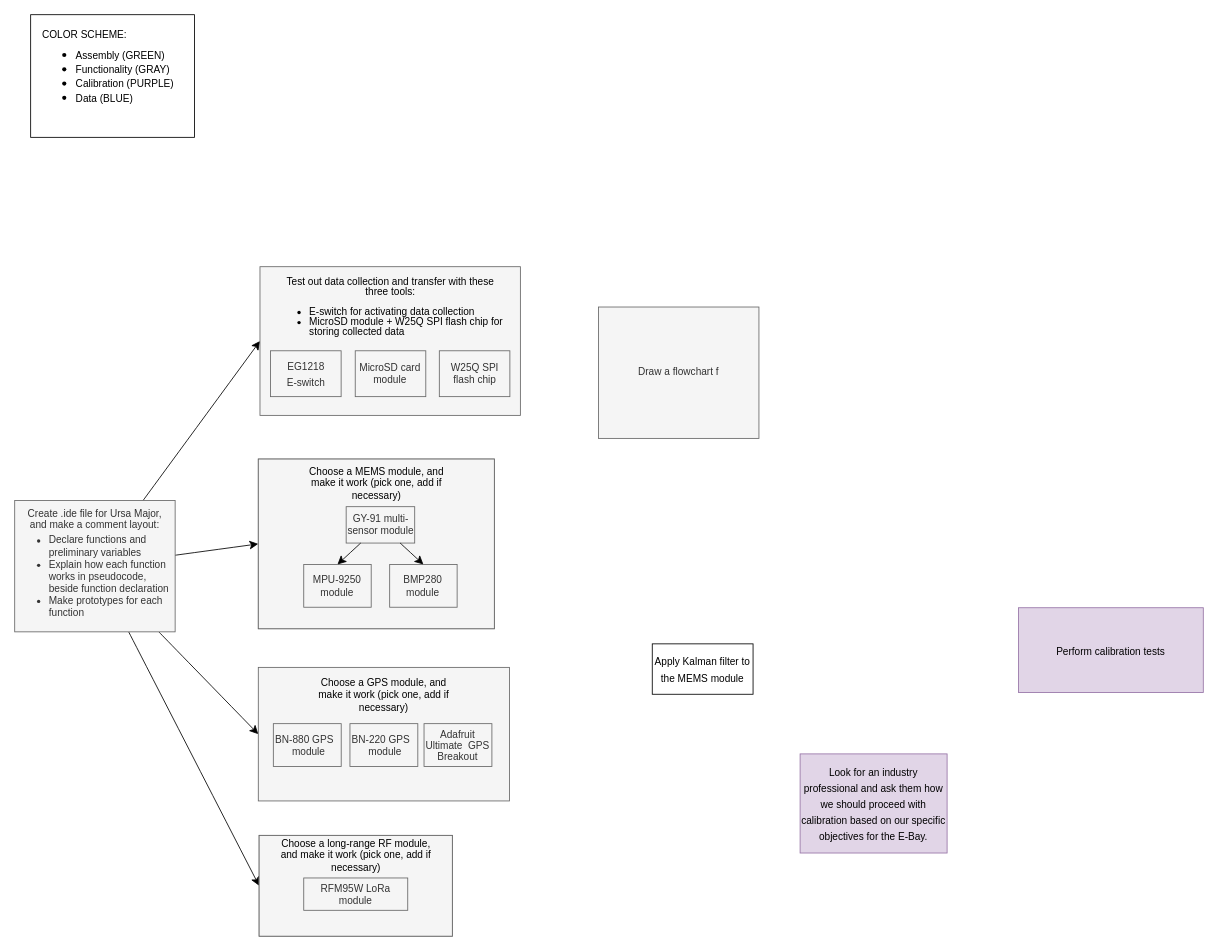
This is URSA MINOR v1 Focus Tree.drawio from CEO-of-GitHub/URSA-MINOR, a draw.io file, before an edit. Source tidied: cells renumbered, new cells numbered last; positions are measured from the earlier drawing's top-left corner, leaving out a move shared by most shapes. Both pictures are drawn from the tidied source at 84%, with x=0, y=0 at pixel (14, 14).
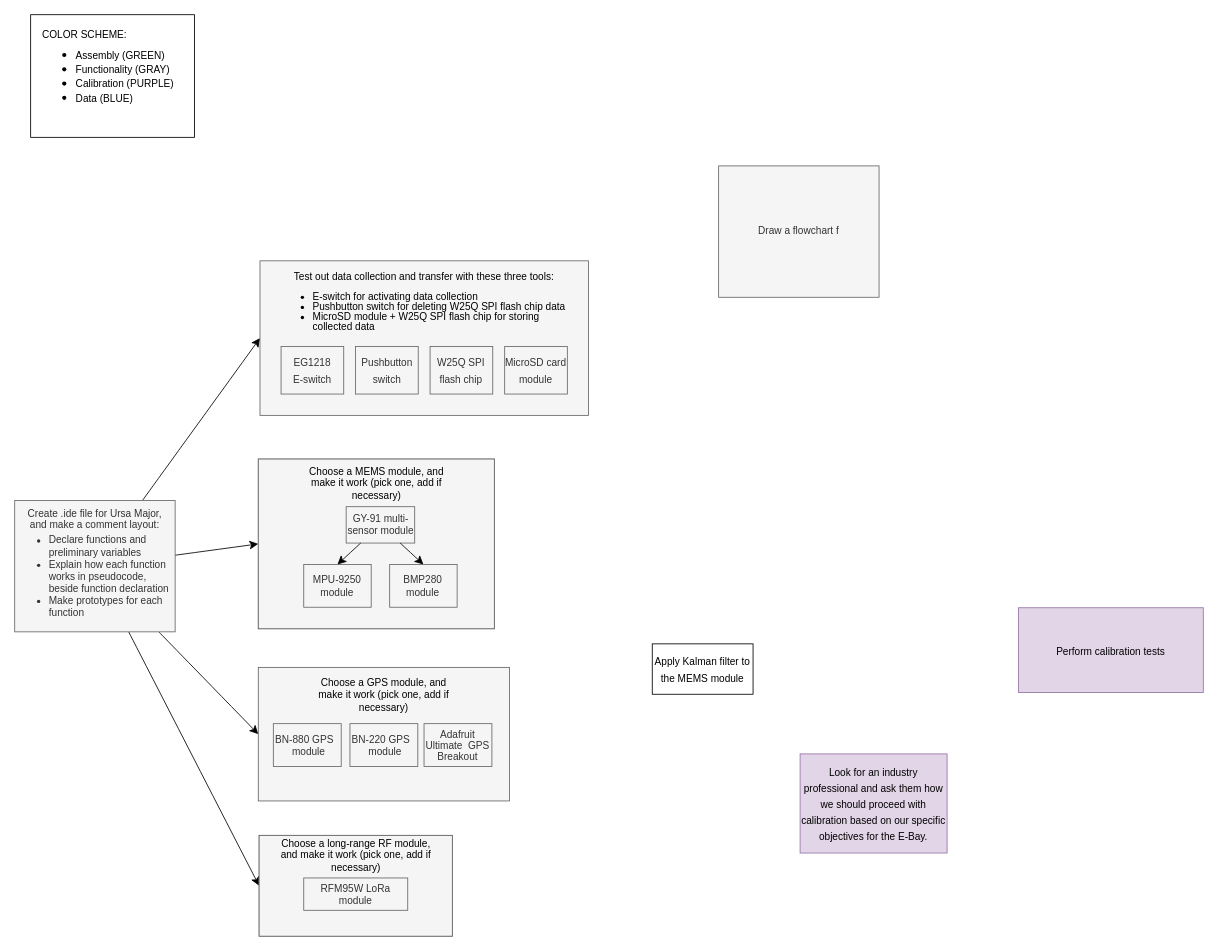
Above is the later version.

The edit, as a diff of the source:
```diff
@@
     <mxCell id="27" style="group;" parent="1" vertex="1">
-      <mxGeometry x="292" y="300" width="310" height="177" as="geometry" />
+      <mxGeometry x="292" y="293" width="391" height="184" as="geometry" />
     </mxCell>
     <mxCell id="28" style="rounded=0;whiteSpace=wrap;html=1;fontSize=16;fillColor=#f5f5f5;fontColor=#333333;strokeColor=#666666;" parent="27" vertex="1">
-      <mxGeometry width="310" height="177" as="geometry" />
+      <mxGeometry width="391" height="184" as="geometry" />
     </mxCell>
-    <mxCell id="29" value="&lt;p style=&quot;line-height: 100%;&quot;&gt;Test out data collection and transfer with these three tools:&lt;br&gt;&lt;/p&gt;&lt;div style=&quot;text-align: left; line-height: 100%;&quot;&gt;&lt;ul style=&quot;line-height: 100%;&quot;&gt;&lt;li&gt;E-switch for activating data collection&lt;/li&gt;&lt;li&gt;MicroSD module + W25Q SPI flash chip for storing collected data&lt;br&gt;&lt;/li&gt;&lt;/ul&gt;&lt;/div&gt;&lt;p&gt;&lt;/p&gt;" style="text;strokeColor=none;fillColor=none;html=1;align=center;verticalAlign=middle;whiteSpace=wrap;rounded=0;fontSize=12;" parent="27" vertex="1">
-      <mxGeometry x="17.5" y="18" width="275" height="57.8" as="geometry" />
+    <mxCell id="29" value="&lt;p style=&quot;line-height: 100%;&quot;&gt;Test out data collection and transfer with these three tools:&lt;br&gt;&lt;/p&gt;&lt;div style=&quot;text-align: left; line-height: 100%;&quot;&gt;&lt;ul style=&quot;line-height: 100%;&quot;&gt;&lt;li&gt;E-switch for activating data collection&lt;/li&gt;&lt;li&gt;Pushbutton switch for deleting W25Q SPI flash chip data&lt;/li&gt;&lt;li&gt;MicroSD module + W25Q SPI flash chip for storing collected data&lt;br&gt;&lt;/li&gt;&lt;/ul&gt;&lt;/div&gt;&lt;p&gt;&lt;/p&gt;" style="text;strokeColor=none;fillColor=none;html=1;align=center;verticalAlign=middle;whiteSpace=wrap;rounded=0;fontSize=12;" parent="27" vertex="1">
+      <mxGeometry x="22.1" y="17.7" width="346.9" height="60.1" as="geometry" />
     </mxCell>
     <mxCell id="30" value="&lt;font style=&quot;font-size: 12px;&quot;&gt;EG1218&lt;br&gt;E-switch&lt;/font&gt;" style="whiteSpace=wrap;html=1;fontSize=16;fillColor=#f5f5f5;fontColor=#333333;strokeColor=#666666;" parent="27" vertex="1">
-      <mxGeometry x="12.6" y="100.1" width="84" height="54.6" as="geometry" />
+      <mxGeometry x="25.1" y="101.9" width="74.6" height="56.7" as="geometry" />
     </mxCell>
+    <mxCell id="36" value="&lt;span style=&quot;font-size: 12px;&quot;&gt;Pushbutton switch&lt;/span&gt;" style="whiteSpace=wrap;html=1;fontSize=16;fillColor=#f5f5f5;fontColor=#333333;strokeColor=#666666;" parent="27" vertex="1">
+      <mxGeometry x="113.8" y="101.9" width="74.6" height="56.7" as="geometry" />
+    </mxCell>
+    <mxCell id="32" value="&lt;span style=&quot;font-size: 12px;&quot;&gt;W25Q SPI flash chip&lt;/span&gt;" style="whiteSpace=wrap;html=1;fontSize=16;fillColor=#f5f5f5;fontColor=#333333;strokeColor=#666666;" parent="27" vertex="1">
+      <mxGeometry x="202.5" y="101.9" width="74.6" height="56.7" as="geometry" />
+    </mxCell>
-    <mxCell id="31" value="&lt;p style=&quot;line-height: 80%;&quot;&gt;&lt;font style=&quot;font-size: 12px;&quot;&gt;MicroSD card module&lt;/font&gt;&lt;/p&gt;" style="whiteSpace=wrap;html=1;fontSize=16;textOpacity=80;verticalAlign=middle;horizontal=1;align=center;fillColor=#f5f5f5;fontColor=#000000;strokeColor=#666666;" parent="27" vertex="1">
-      <mxGeometry x="113.4" y="100.1" width="84" height="54.6" as="geometry" />
+    <mxCell id="31" value="&lt;span style=&quot;font-size: 12px;&quot;&gt;MicroSD card module&lt;/span&gt;" style="whiteSpace=wrap;html=1;fontSize=16;fillColor=#f5f5f5;fontColor=#333333;strokeColor=#666666;" parent="27" vertex="1">
+      <mxGeometry x="291.3" y="101.9" width="74.6" height="56.7" as="geometry" />
     </mxCell>
-    <mxCell id="32" value="&lt;p style=&quot;line-height: 80%;&quot;&gt;&lt;span style=&quot;font-size: 12px;&quot;&gt;W25Q SPI&lt;br&gt;flash chip&lt;/span&gt;&lt;br&gt;&lt;/p&gt;" style="whiteSpace=wrap;html=1;fontSize=16;fillColor=#f5f5f5;fontColor=#333333;strokeColor=#666666;" parent="27" vertex="1">
-      <mxGeometry x="213.5" y="100.1" width="84" height="54.6" as="geometry" />
-    </mxCell>
@@
     <mxCell id="35" value="Draw a flowchart f" style="whiteSpace=wrap;html=1;fontSize=12;fillColor=#f5f5f5;strokeColor=#666666;fontColor=#333333;" parent="1" vertex="1">
-      <mxGeometry x="695" y="348" width="191" height="156.4" as="geometry" />
+      <mxGeometry x="838" y="180" width="191" height="156.4" as="geometry" />
     </mxCell>
```
